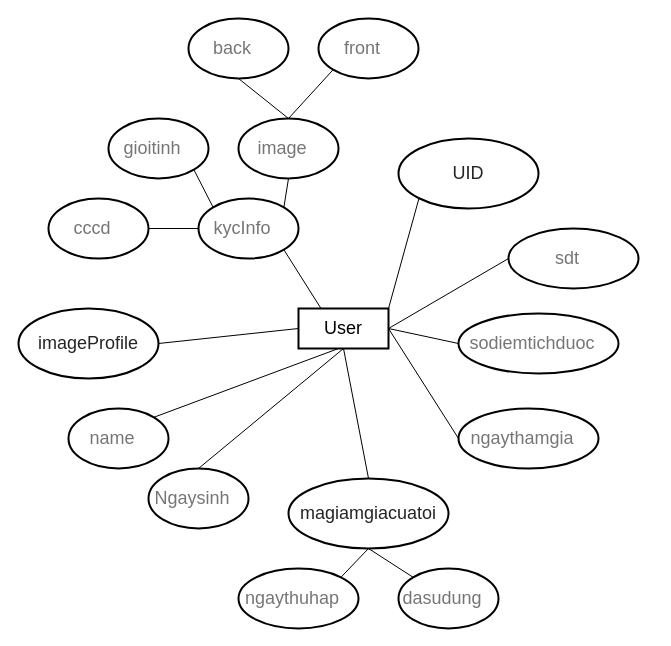
The draw.io diagram thuctheuser.drawio in nguyendu11a2/TADA_DIAGRAM, before the edit. Source tidied: cells renumbered, new cells numbered last; positions are measured from the earlier drawing's top-left corner, leaving out a move shared by most shapes. Both pictures are drawn from the tidied source at 100%, with x=0, y=0 at pixel (18, 18).
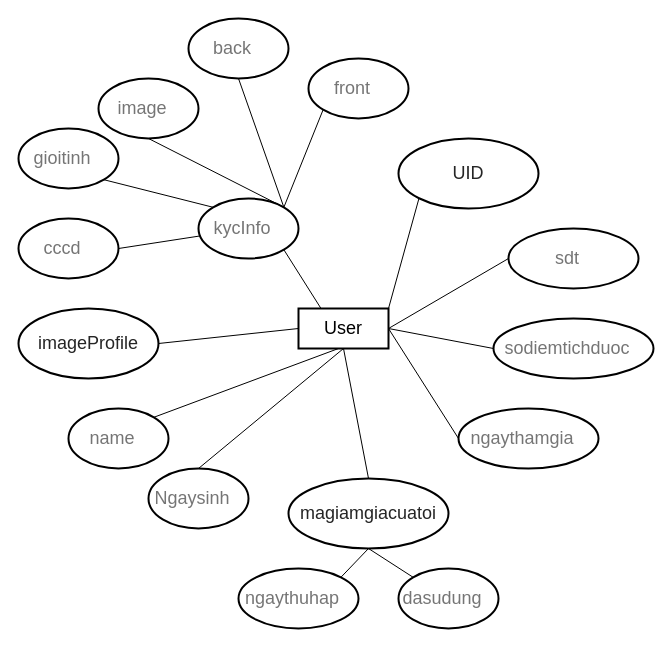
After the change.

Unchanged cells that the change refers to:
```xml
<mxCell id="4" value="&lt;div class=&quot;database-node-click-target&quot; style=&quot;align-items: center; box-sizing: border-box; cursor: pointer; display: flex; min-height: 32px; padding: 0px 16px 0px 12px; position: relative; font-size: 18px;&quot;&gt;&lt;div class=&quot;database-key-value&quot; style=&quot;align-items: flex-start; display: flex; justify-content: flex-start; padding: 6px 0px; font-size: 18px;&quot;&gt;&lt;span class=&quot;database-key&quot; style=&quot;color: rgba(0, 0, 0, 0.54); display: inline-block; margin-right: 8px; font-size: 18px;&quot;&gt;&lt;font style=&quot;font-size: 18px;&quot;&gt;kycInfo&lt;/font&gt;&lt;/span&gt;&lt;/div&gt;&lt;/div&gt;" style="ellipse;whiteSpace=wrap;html=1;fontSize=18;strokeWidth=2;" parent="1" vertex="1">
  <mxGeometry x="180" y="180" width="100" height="60" as="geometry" />
</mxCell>
<mxCell id="26" value="&lt;div class=&quot;database-node-click-target&quot; style=&quot;align-items: center ; box-sizing: border-box ; cursor: pointer ; display: flex ; min-height: 32px ; padding: 0px 16px 0px 12px ; position: relative ; font-size: 18px&quot;&gt;&lt;div class=&quot;database-key-value&quot; style=&quot;align-items: flex-start ; display: flex ; justify-content: flex-start ; padding: 6px 0px ; font-size: 18px&quot;&gt;&lt;span class=&quot;database-key&quot; style=&quot;color: rgba(0 , 0 , 0 , 0.54) ; display: inline-block ; margin-right: 8px ; font-size: 18px&quot;&gt;&lt;font style=&quot;font-size: 18px&quot;&gt;back&lt;/font&gt;&lt;/span&gt;&lt;/div&gt;&lt;/div&gt;" style="ellipse;whiteSpace=wrap;html=1;fontSize=18;strokeWidth=2;" parent="1" vertex="1">
  <mxGeometry x="170" width="100" height="60" as="geometry" />
</mxCell>
```

The edit, as a diff of the source:
```diff
@@
     <mxCell id="6" value="&lt;div class=&quot;database-node-click-target&quot; style=&quot;align-items: center ; box-sizing: border-box ; cursor: pointer ; display: flex ; min-height: 32px ; padding: 0px 16px 0px 12px ; position: relative ; font-size: 18px&quot;&gt;&lt;div class=&quot;database-key-value&quot; style=&quot;align-items: flex-start ; display: flex ; justify-content: flex-start ; padding: 6px 0px ; font-size: 18px&quot;&gt;&lt;span class=&quot;database-key&quot; style=&quot;color: rgba(0 , 0 , 0 , 0.54) ; display: inline-block ; margin-right: 8px ; font-size: 18px&quot;&gt;&lt;font style=&quot;font-size: 18px&quot;&gt;image&lt;/font&gt;&lt;/span&gt;&lt;/div&gt;&lt;/div&gt;" style="ellipse;whiteSpace=wrap;html=1;fontSize=18;strokeWidth=2;" parent="1" vertex="1">
-      <mxGeometry x="220" y="100" width="100" height="60" as="geometry" />
+      <mxGeometry x="80" y="60" width="100" height="60" as="geometry" />
     </mxCell>
@@
     <mxCell id="8" value="&lt;div class=&quot;database-node-click-target&quot; style=&quot;align-items: center ; box-sizing: border-box ; cursor: pointer ; display: flex ; min-height: 32px ; padding: 0px 16px 0px 12px ; position: relative ; font-size: 18px&quot;&gt;&lt;div class=&quot;database-key-value&quot; style=&quot;align-items: flex-start ; display: flex ; justify-content: flex-start ; padding: 6px 0px ; font-size: 18px&quot;&gt;&lt;span class=&quot;database-key&quot; style=&quot;color: rgba(0 , 0 , 0 , 0.54) ; display: inline-block ; margin-right: 8px ; font-size: 18px&quot;&gt;&lt;font style=&quot;font-size: 18px&quot;&gt;gioitinh&lt;/font&gt;&lt;/span&gt;&lt;/div&gt;&lt;/div&gt;" style="ellipse;whiteSpace=wrap;html=1;fontSize=18;strokeWidth=2;" parent="1" vertex="1">
-      <mxGeometry x="90" y="100" width="100" height="60" as="geometry" />
+      <mxGeometry y="110" width="100" height="60" as="geometry" />
     </mxCell>
@@
     <mxCell id="10" value="&lt;div class=&quot;database-node-click-target&quot; style=&quot;align-items: center ; box-sizing: border-box ; cursor: pointer ; display: flex ; min-height: 32px ; padding: 0px 16px 0px 12px ; position: relative ; font-size: 18px&quot;&gt;&lt;div class=&quot;database-key-value&quot; style=&quot;align-items: flex-start ; display: flex ; justify-content: flex-start ; padding: 6px 0px ; font-size: 18px&quot;&gt;&lt;span class=&quot;database-key&quot; style=&quot;color: rgba(0 , 0 , 0 , 0.54) ; display: inline-block ; margin-right: 8px ; font-size: 18px&quot;&gt;&lt;font style=&quot;font-size: 18px&quot;&gt;cccd&lt;/font&gt;&lt;/span&gt;&lt;/div&gt;&lt;/div&gt;" style="ellipse;whiteSpace=wrap;html=1;fontSize=18;strokeWidth=2;" parent="1" vertex="1">
-      <mxGeometry x="30" y="180" width="100" height="60" as="geometry" />
+      <mxGeometry y="200" width="100" height="60" as="geometry" />
     </mxCell>
@@
     <mxCell id="18" value="&lt;div class=&quot;database-node-click-target&quot; style=&quot;align-items: center; box-sizing: border-box; cursor: pointer; display: flex; min-height: 32px; padding: 0px 16px 0px 12px; position: relative; font-size: 18px;&quot;&gt;&lt;div class=&quot;database-key-value&quot; style=&quot;align-items: flex-start; display: flex; justify-content: flex-start; padding: 6px 0px; font-size: 18px;&quot;&gt;&lt;span class=&quot;database-key&quot; style=&quot;color: rgba(0, 0, 0, 0.54); display: inline-block; margin-right: 8px; font-size: 18px;&quot;&gt;&lt;span style=&quot;font-size: 18px;&quot;&gt;sodiemtichduoc&lt;/span&gt;&lt;/span&gt;&lt;/div&gt;&lt;/div&gt;" style="ellipse;whiteSpace=wrap;html=1;fontSize=18;strokeWidth=2;" parent="1" vertex="1">
-      <mxGeometry x="440" y="295" width="160" height="60" as="geometry" />
+      <mxGeometry x="475" y="300" width="160" height="60" as="geometry" />
     </mxCell>
@@
-    <mxCell id="25" style="edgeStyle=none;rounded=0;jettySize=auto;html=1;exitX=0.5;exitY=1;exitDx=0;exitDy=0;fontFamily=Helvetica;fontSize=18;endArrow=none;endFill=0;" parent="1" edge="1" source="26">
-      <mxGeometry relative="1" as="geometry">
-        <mxPoint x="270" y="100" as="targetPoint" />
-      </mxGeometry>
+    <mxCell id="25" style="edgeStyle=none;rounded=0;jettySize=auto;html=1;exitX=0.5;exitY=1;exitDx=0;exitDy=0;fontFamily=Helvetica;fontSize=18;endArrow=none;endFill=0;entryX=1;entryY=0;entryDx=0;entryDy=0;" parent="1" edge="1" source="26" target="4">
+      <mxGeometry relative="1" as="geometry" />
     </mxCell>
@@
-    <mxCell id="27" style="edgeStyle=none;rounded=0;jettySize=auto;html=1;exitX=0;exitY=1;exitDx=0;exitDy=0;entryX=0.5;entryY=0;entryDx=0;entryDy=0;fontFamily=Helvetica;fontSize=18;endArrow=none;endFill=0;" parent="1" edge="1" source="28" target="6">
+    <mxCell id="27" style="edgeStyle=none;rounded=0;jettySize=auto;html=1;exitX=0;exitY=1;exitDx=0;exitDy=0;entryX=1;entryY=0;entryDx=0;entryDy=0;fontFamily=Helvetica;fontSize=18;endArrow=none;endFill=0;" parent="1" edge="1" source="28" target="4">
       <mxGeometry relative="1" as="geometry" />
     </mxCell>
     <mxCell id="28" value="&lt;div class=&quot;database-node-click-target&quot; style=&quot;align-items: center ; box-sizing: border-box ; cursor: pointer ; display: flex ; min-height: 32px ; padding: 0px 16px 0px 12px ; position: relative ; font-size: 18px&quot;&gt;&lt;div class=&quot;database-key-value&quot; style=&quot;align-items: flex-start ; display: flex ; justify-content: flex-start ; padding: 6px 0px ; font-size: 18px&quot;&gt;&lt;span class=&quot;database-key&quot; style=&quot;color: rgba(0 , 0 , 0 , 0.54) ; display: inline-block ; margin-right: 8px ; font-size: 18px&quot;&gt;&lt;font style=&quot;font-size: 18px&quot;&gt;front&lt;/font&gt;&lt;/span&gt;&lt;/div&gt;&lt;/div&gt;" style="ellipse;whiteSpace=wrap;html=1;fontSize=18;strokeWidth=2;" parent="1" vertex="1">
-      <mxGeometry x="300" width="100" height="60" as="geometry" />
+      <mxGeometry x="290" y="40" width="100" height="60" as="geometry" />
     </mxCell>
```
